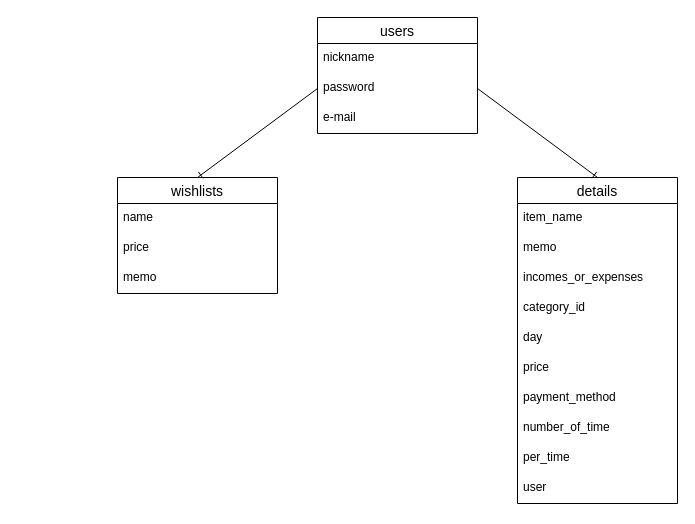
Before: app/views/er.dio in mikArai5/mmm_app, a draw.io diagram. Source tidied: cells renumbered, new cells numbered last; positions are measured from the earlier drawing's top-left corner, leaving out a move shared by most shapes. Both pictures are drawn from the tidied source at 100%, with x=0, y=0 at pixel (117, 17).
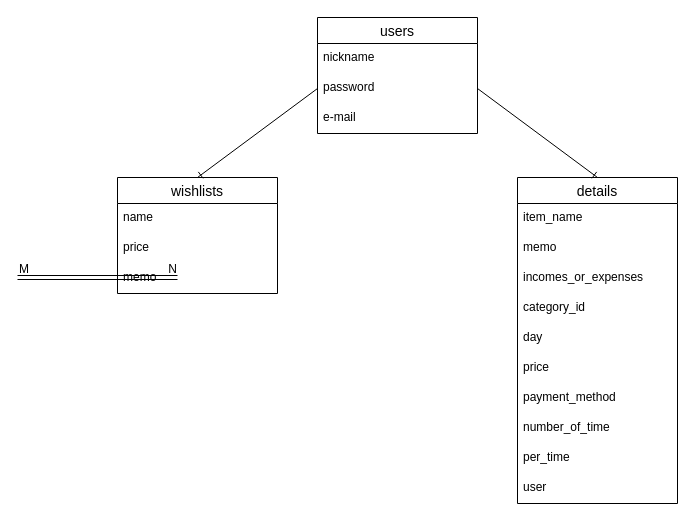
After the change.

The edit, as a diff of the source:
```diff
@@
+    <mxCell id="23" style="shape=link;html=1;rounded=0;endArrow=ERone;endFill=0;" parent="1" edge="1">
+      <mxGeometry relative="1" as="geometry">
+        <mxPoint x="-100" y="260" as="sourcePoint" />
+        <mxPoint x="60" y="260" as="targetPoint" />
+      </mxGeometry>
+    </mxCell>
+    <mxCell id="24" value="M" style="html=1;align=left;verticalAlign=bottom;" parent="23" vertex="1">
+      <mxGeometry x="-1" relative="1" as="geometry" />
+    </mxCell>
+    <mxCell id="25" value="N" style="html=1;align=right;verticalAlign=bottom;" parent="23" vertex="1">
+      <mxGeometry x="1" relative="1" as="geometry" />
+    </mxCell>
```
